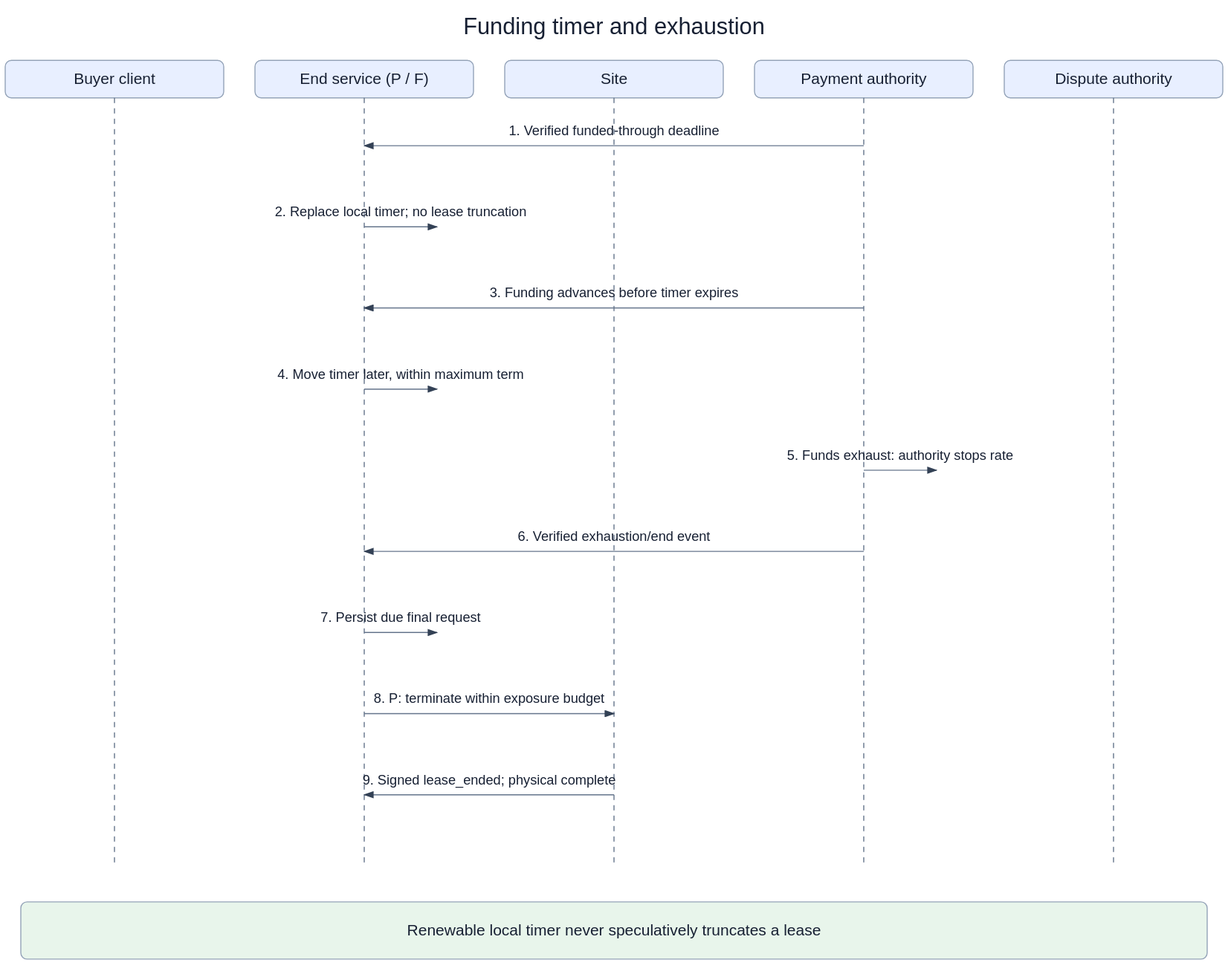
Before: openspec/changes/converge-ongoing-compute-leases/diagrams/06-funds-exhausted.svg, a diagram exported from draw.io (arkhai-io/simple-compute-market). Source tidied: cells renumbered, new cells last; positions are measured from the earlier drawing's top-left corner, leaving out a move shared by most shapes.
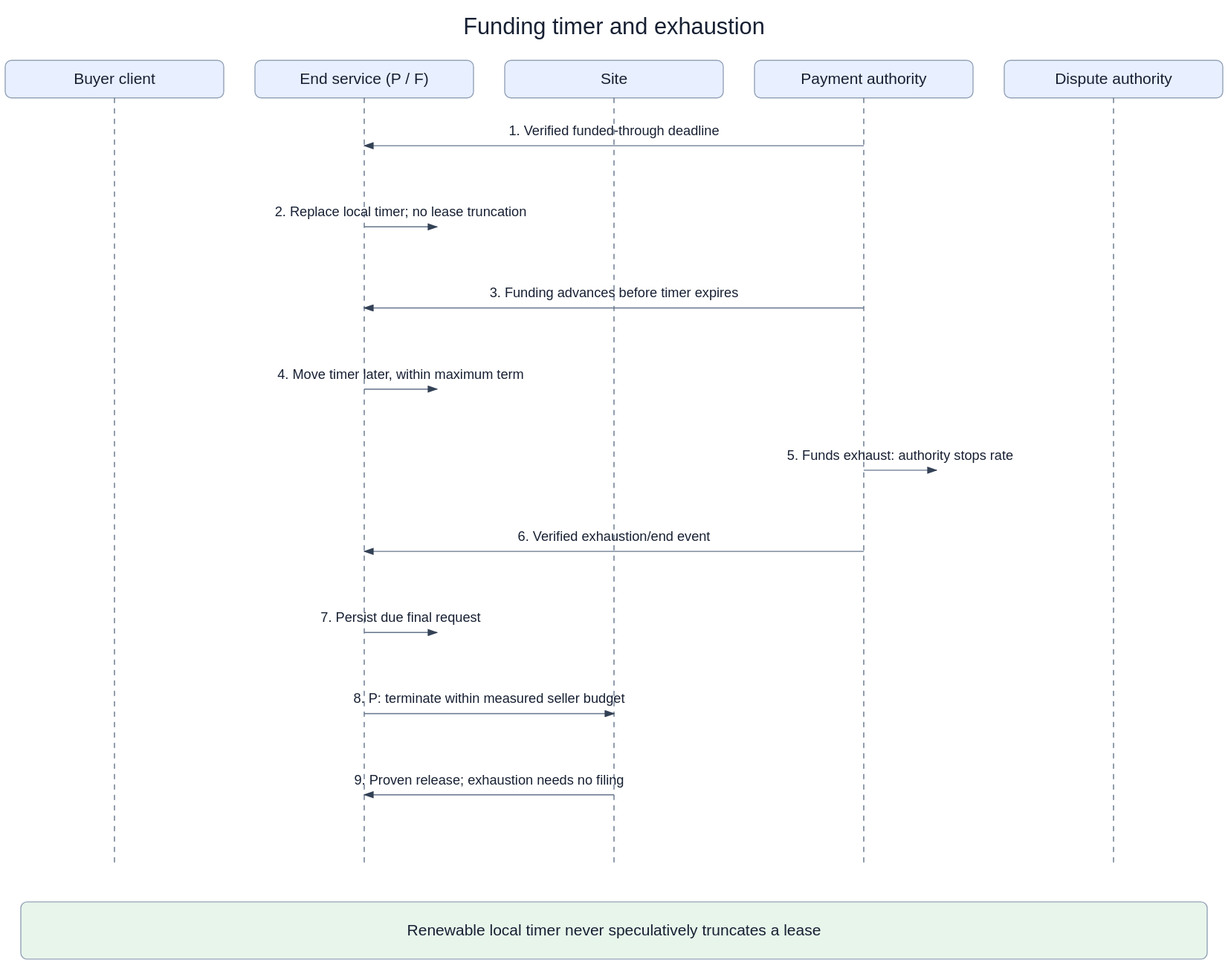
The same diagram one commit later.

Change to the diagram source:
```diff
@@ -92,13 +92,13 @@
         <mxPoint x="415" y="598" as="targetPoint" />
       </mxGeometry>
     </mxCell>
-    <mxCell id="20" value="8. P: terminate within exposure budget" style="endArrow=block;fontSize=13;labelBackgroundColor=#ffffff;" parent="1" edge="1">
+    <mxCell id="20" value="8. P: terminate within measured seller budget" style="endArrow=block;fontSize=13;labelBackgroundColor=#ffffff;" parent="1" edge="1">
       <mxGeometry relative="1" as="geometry">
         <mxPoint x="345" y="676" as="sourcePoint" />
         <mxPoint x="585" y="676" as="targetPoint" />
       </mxGeometry>
     </mxCell>
-    <mxCell id="21" value="9. Signed lease_ended; physical complete" style="endArrow=block;fontSize=13;labelBackgroundColor=#ffffff;" parent="1" edge="1">
+    <mxCell id="21" value="9. Proven release; exhaustion needs no filing" style="endArrow=block;fontSize=13;labelBackgroundColor=#ffffff;" parent="1" edge="1">
       <mxGeometry relative="1" as="geometry">
         <mxPoint x="585" y="754" as="sourcePoint" />
         <mxPoint x="345" y="754" as="targetPoint" />
```
